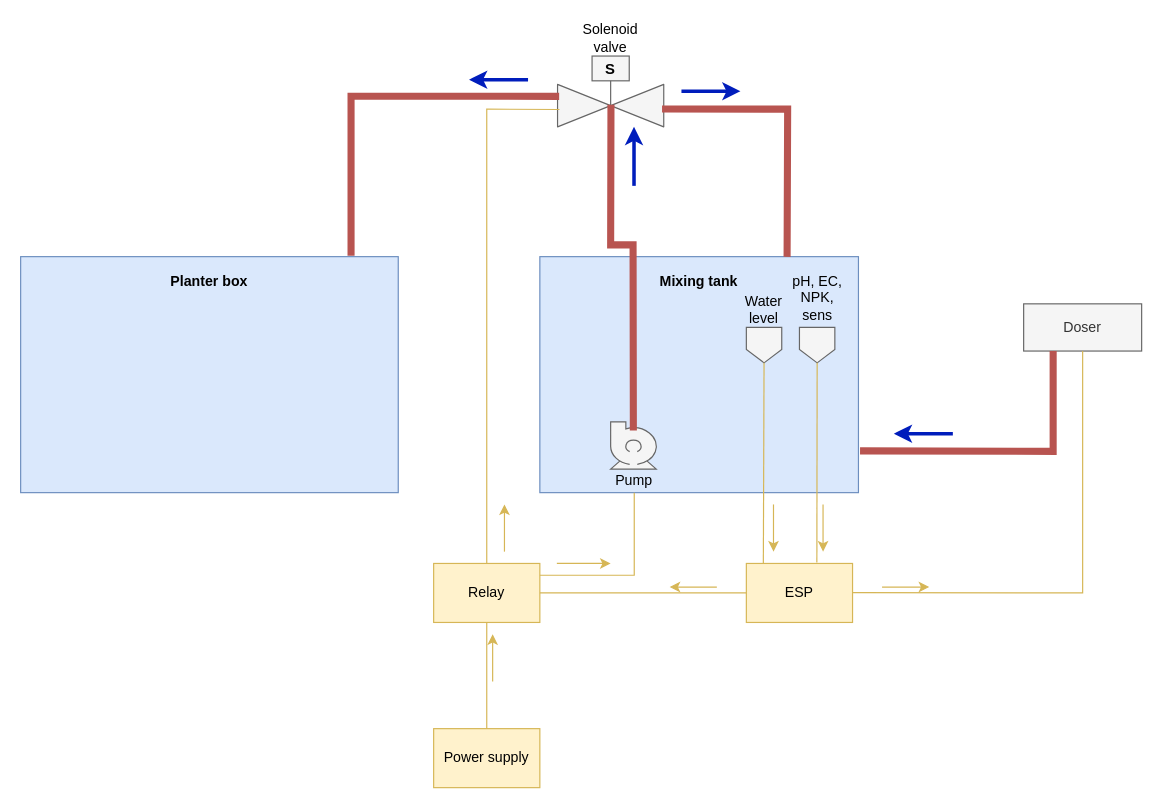
This is Portable planter v1.drawio from eg4301/Agritech, a draw.io file, before an edit. Source tidied: cells renumbered, new cells numbered last; positions are measured from the earlier drawing's top-left corner, leaving out a move shared by most shapes. Both pictures are drawn from the tidied source at 118%, with x=0, y=0 at pixel (20, 20).
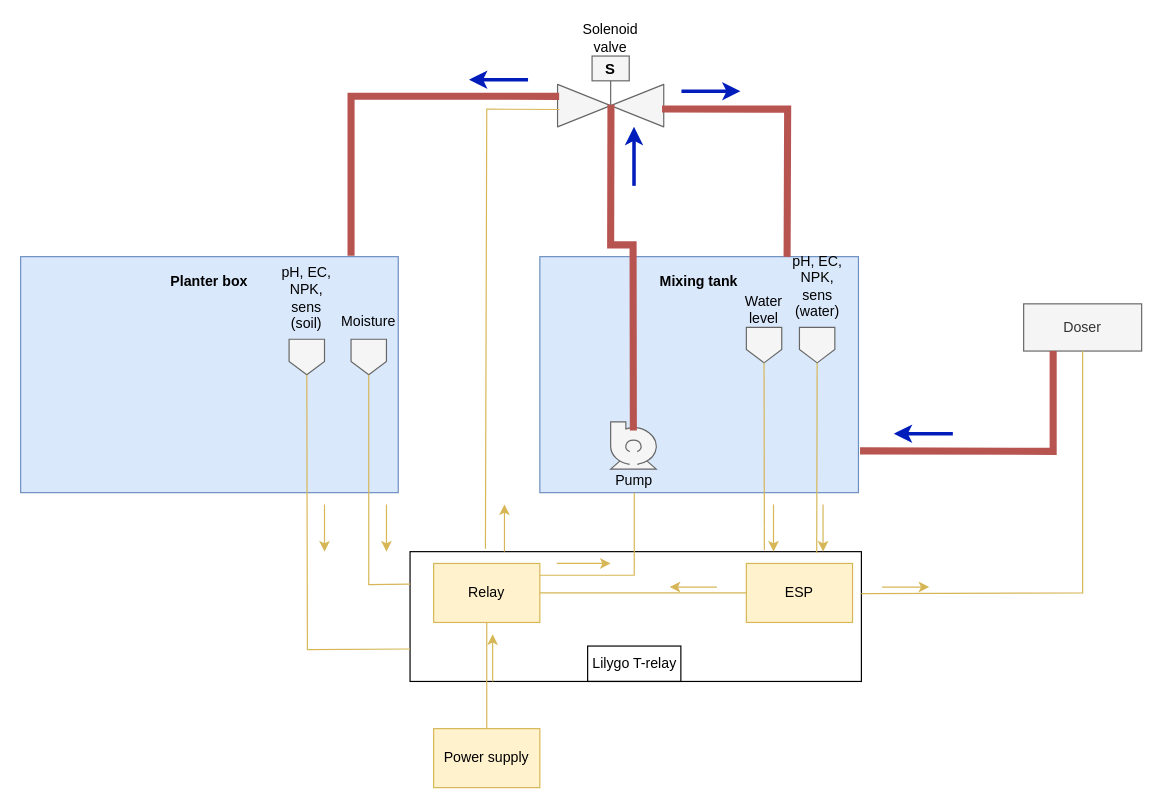
After the change.

The change refers to these unchanged cells:
```xml
<mxCell id="4" value="Doser" style="rounded=0;whiteSpace=wrap;html=1;fillColor=#f5f5f5;strokeColor=#666666;fontColor=#333333;" parent="1" vertex="1">
  <mxGeometry x="850" y="240" width="100" height="40" as="geometry" />
</mxCell>
<mxCell id="5" style="verticalLabelPosition=bottom;align=center;html=1;verticalAlign=top;dashed=0;shape=mxgraph.pid2valves.valve;valveType=gate;actuator=solenoid;fillColor=#f5f5f5;fontColor=#333333;strokeColor=#666666;" parent="1" vertex="1">
  <mxGeometry x="455" y="30" width="90" height="60" as="geometry" />
</mxCell>
<mxCell id="7" style="shape=offPageConnector;whiteSpace=wrap;html=1;fillColor=#f5f5f5;fontColor=#333333;strokeColor=#666666;" parent="1" vertex="1">
  <mxGeometry x="615" y="260" width="30" height="30" as="geometry" />
</mxCell>
<mxCell id="8" style="shape=offPageConnector;whiteSpace=wrap;html=1;fillColor=#f5f5f5;fontColor=#333333;strokeColor=#666666;" parent="1" vertex="1">
  <mxGeometry x="660" y="260" width="30" height="30" as="geometry" />
</mxCell>
<mxCell id="9" value="ESP" style="rounded=0;whiteSpace=wrap;html=1;fillColor=#fff2cc;strokeColor=#d6b656;" parent="1" vertex="1">
  <mxGeometry x="615" y="460" width="90" height="50" as="geometry" />
</mxCell>
```

Change to the diagram source:
```diff
@@
+    <mxCell id="38" style="rounded=0;whiteSpace=wrap;html=1;" parent="1" vertex="1">
+      <mxGeometry x="330" y="450" width="382.5" height="110" as="geometry" />
+    </mxCell>
@@
-    <mxCell id="11" value="pH, EC, NPK, sens" style="text;html=1;strokeColor=none;fillColor=none;align=center;verticalAlign=middle;whiteSpace=wrap;rounded=0;" parent="1" vertex="1">
-      <mxGeometry x="652.5" y="220" width="45" height="30" as="geometry" />
+    <mxCell id="11" value="pH, EC, NPK, sens (water)" style="text;html=1;strokeColor=none;fillColor=none;align=center;verticalAlign=middle;whiteSpace=wrap;rounded=0;" parent="1" vertex="1">
+      <mxGeometry x="652.5" y="210" width="45" height="30" as="geometry" />
     </mxCell>
@@
-    <mxCell id="14" style="endArrow=none;html=1;rounded=0;entryX=0.664;entryY=-0.016;entryDx=0;entryDy=0;exitX=0.5;exitY=1;exitDx=0;exitDy=0;entryPerimeter=0;fillColor=#fff2cc;strokeColor=#d6b656;" parent="1" edge="1" source="8" target="9">
+    <mxCell id="14" style="endArrow=none;html=1;rounded=0;entryX=0.901;entryY=0.011;entryDx=0;entryDy=0;exitX=0.5;exitY=1;exitDx=0;exitDy=0;entryPerimeter=0;fillColor=#fff2cc;strokeColor=#d6b656;" parent="1" edge="1" source="8" target="38">
       <mxGeometry relative="1" as="geometry" />
     </mxCell>
-    <mxCell id="15" style="endArrow=none;html=1;rounded=0;entryX=0.16;entryY=0.011;entryDx=0;entryDy=0;entryPerimeter=0;fillColor=#fff2cc;strokeColor=#d6b656;exitX=0.5;exitY=1;exitDx=0;exitDy=0;" parent="1" edge="1" source="7" target="9">
+    <mxCell id="15" style="endArrow=none;html=1;rounded=0;entryX=0.785;entryY=-0.01;entryDx=0;entryDy=0;entryPerimeter=0;fillColor=#fff2cc;strokeColor=#d6b656;exitX=0.5;exitY=1;exitDx=0;exitDy=0;" parent="1" edge="1" source="7" target="38">
       <mxGeometry relative="1" as="geometry" />
     </mxCell>
@@
-    <mxCell id="20" style="endArrow=none;html=1;rounded=0;fillColor=#fff2cc;strokeColor=#d6b656;exitX=0.018;exitY=0.755;exitDx=0;exitDy=0;exitPerimeter=0;" parent="1" edge="1" source="5">
+    <mxCell id="20" style="endArrow=none;html=1;rounded=0;fillColor=#fff2cc;strokeColor=#d6b656;exitX=0.018;exitY=0.755;exitDx=0;exitDy=0;exitPerimeter=0;entryX=0.167;entryY=-0.022;entryDx=0;entryDy=0;entryPerimeter=0;" parent="1" edge="1" source="5" target="38">
       <mxGeometry relative="1" as="geometry">
-        <mxPoint x="395" y="460" as="targetPoint" />
         <Array as="points">
           <mxPoint x="395" y="75" />
         </Array>
       </mxGeometry>
     </mxCell>
-    <mxCell id="21" style="endArrow=none;html=1;rounded=0;entryX=0.5;entryY=1;entryDx=0;entryDy=0;exitX=1;exitY=0.5;exitDx=0;exitDy=0;fillColor=#fff2cc;strokeColor=#d6b656;" parent="1" edge="1" target="4">
+    <mxCell id="21" style="endArrow=none;html=1;rounded=0;entryX=0.5;entryY=1;entryDx=0;entryDy=0;fillColor=#fff2cc;strokeColor=#d6b656;exitX=1;exitY=0.323;exitDx=0;exitDy=0;exitPerimeter=0;" parent="1" edge="1" source="38" target="4">
       <mxGeometry relative="1" as="geometry">
-        <mxPoint x="705" y="484.7" as="sourcePoint" />
         <Array as="points">
           <mxPoint x="900" y="485" />
         </Array>
       </mxGeometry>
     </mxCell>
@@
+    <mxCell id="39" value="Lilygo T-relay" style="text;html=1;strokeColor=default;fillColor=none;align=center;verticalAlign=middle;whiteSpace=wrap;rounded=0;" parent="1" vertex="1">
+      <mxGeometry x="480.5" y="530" width="79" height="30" as="geometry" />
+    </mxCell>
+    <mxCell id="40" style="shape=offPageConnector;whiteSpace=wrap;html=1;fillColor=#f5f5f5;fontColor=#333333;strokeColor=#666666;" parent="1" vertex="1">
+      <mxGeometry x="227.5" y="270" width="30" height="30" as="geometry" />
+    </mxCell>
+    <mxCell id="41" value="pH, EC, NPK, sens (soil)" style="text;html=1;strokeColor=none;fillColor=none;align=center;verticalAlign=middle;whiteSpace=wrap;rounded=0;" parent="1" vertex="1">
+      <mxGeometry x="220" y="220" width="45" height="30" as="geometry" />
+    </mxCell>
+    <mxCell id="42" style="endArrow=none;html=1;rounded=0;entryX=0;entryY=0.75;entryDx=0;entryDy=0;exitX=0.5;exitY=1;exitDx=0;exitDy=0;fillColor=#fff2cc;strokeColor=#d6b656;" parent="1" edge="1" source="40" target="38">
+      <mxGeometry relative="1" as="geometry">
+        <Array as="points">
+          <mxPoint x="243" y="533" />
+        </Array>
+      </mxGeometry>
+    </mxCell>
+    <mxCell id="43" style="shape=offPageConnector;whiteSpace=wrap;html=1;fillColor=#f5f5f5;fontColor=#333333;strokeColor=#666666;" parent="1" vertex="1">
+      <mxGeometry x="280" y="270" width="30" height="30" as="geometry" />
+    </mxCell>
+    <mxCell id="44" value="Moisture" style="text;html=1;strokeColor=none;fillColor=none;align=center;verticalAlign=middle;whiteSpace=wrap;rounded=0;" parent="1" vertex="1">
+      <mxGeometry x="265" y="240" width="60" height="30" as="geometry" />
+    </mxCell>
+    <mxCell id="45" style="endArrow=none;html=1;rounded=0;entryX=0;entryY=0.25;entryDx=0;entryDy=0;fillColor=#fff2cc;strokeColor=#d6b656;exitX=0.5;exitY=1;exitDx=0;exitDy=0;" parent="1" edge="1" source="43" target="38">
+      <mxGeometry relative="1" as="geometry">
+        <Array as="points">
+          <mxPoint x="295" y="478" />
+        </Array>
+      </mxGeometry>
+    </mxCell>
+    <mxCell id="46" style="endArrow=classic;html=1;rounded=0;endWidth=11.724137931034484;fillColor=#fff2cc;strokeColor=#d6b656;" parent="1" edge="1">
+      <mxGeometry relative="1" as="geometry">
+        <mxPoint x="310" y="440" as="sourcePoint" />
+        <mxPoint x="310" y="450" as="targetPoint" />
+        <Array as="points">
+          <mxPoint x="310" y="410" />
+        </Array>
+      </mxGeometry>
+    </mxCell>
+    <mxCell id="47" style="endArrow=classic;html=1;rounded=0;endWidth=11.724137931034484;fillColor=#fff2cc;strokeColor=#d6b656;" parent="1" edge="1">
+      <mxGeometry relative="1" as="geometry">
+        <mxPoint x="257.5" y="440" as="sourcePoint" />
+        <mxPoint x="257.5" y="450" as="targetPoint" />
+        <Array as="points">
+          <mxPoint x="257.5" y="410" />
+        </Array>
+      </mxGeometry>
+    </mxCell>
```
